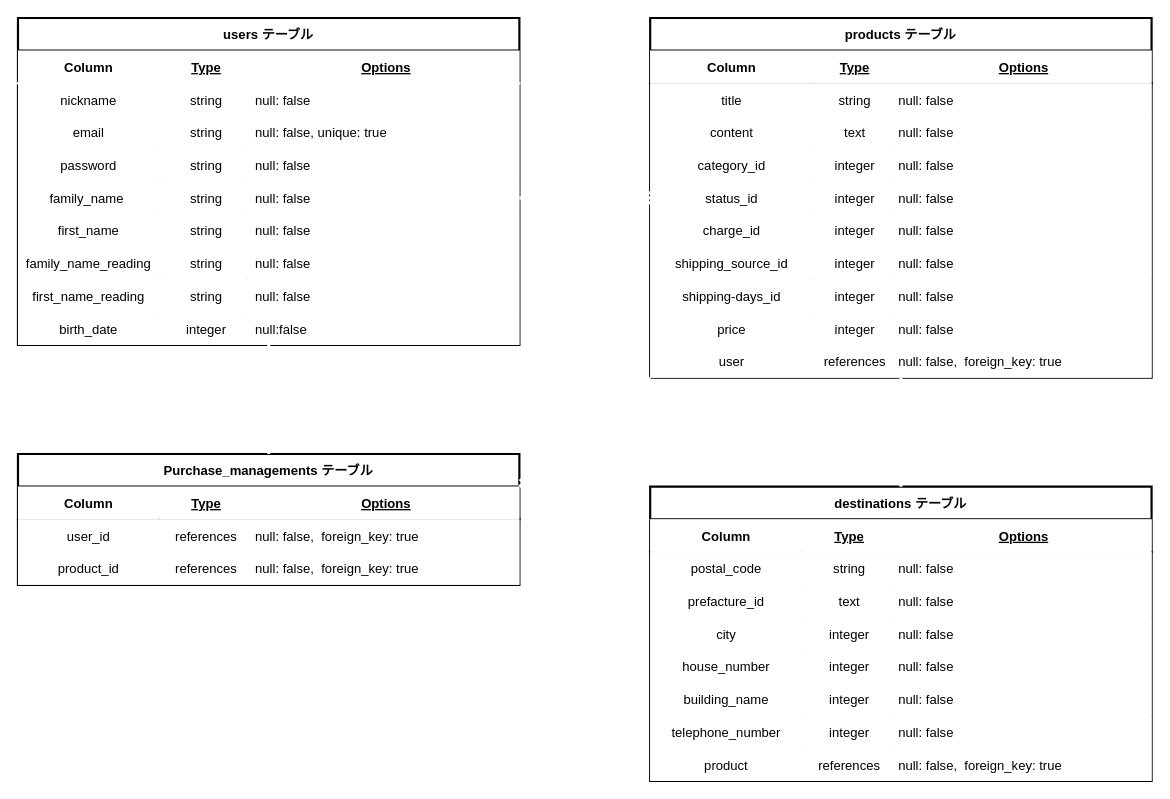
NaoyukiG/furima-38177 keeps this draw.io diagram as furima-38177.dio. Above is the earlier version. Source tidied: cells renumbered, new cells numbered last; positions are measured from the earlier drawing's top-left corner, leaving out a move shared by most shapes. Both pictures are drawn from the tidied source at 109%, with x=0, y=0 at pixel (17, 17).
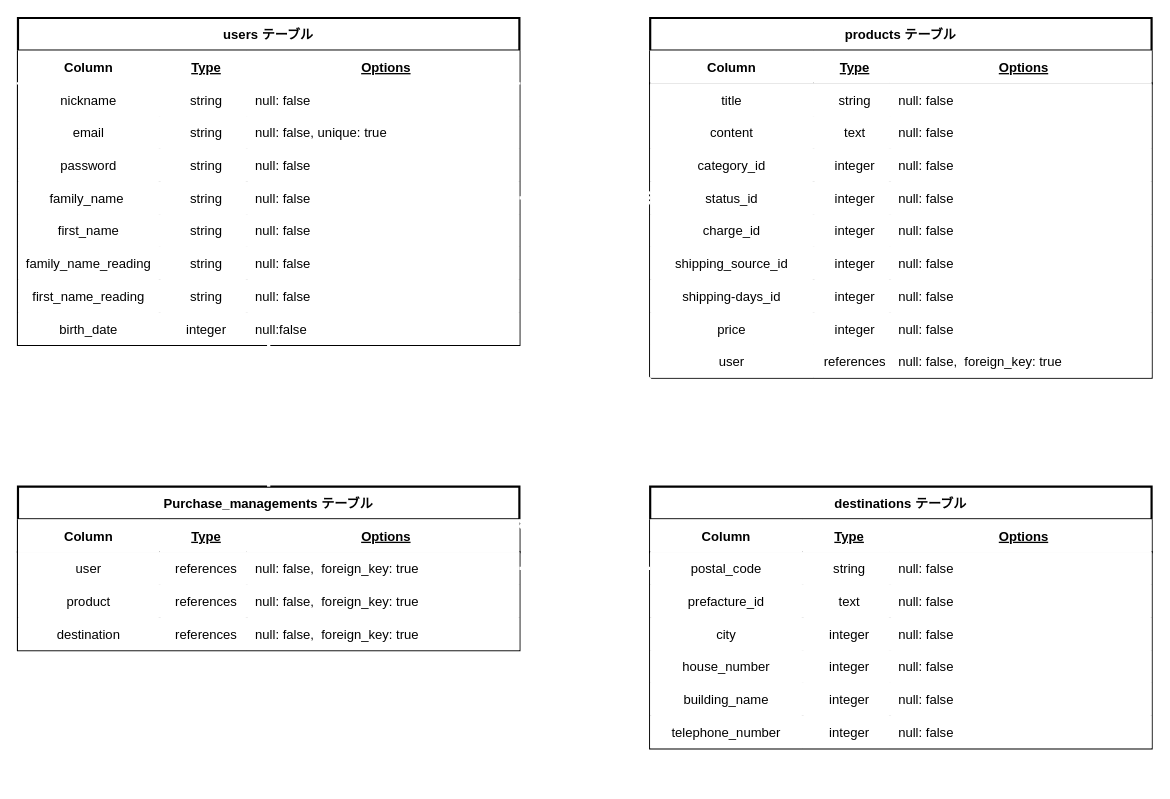
The same page after the edit.

Commit message (it also covers changes not shown here):
購入情報へ住所情報を紐付け・ER図修正

Unchanged cells that the change refers to:
```xml
<mxCell id="39" value="products テーブル" style="shape=table;startSize=30;childLayout=tableLayout;rowLines=0;fontStyle=1;align=center;strokeWidth=2;" parent="1" vertex="1">
  <mxGeometry x="580" width="460" height="330" as="geometry" />
</mxCell>
<mxCell id="85" style="shape=partialRectangle;top=0;left=0;bottom=0;right=0;points=[[0,0.5],[1,0.5]];portConstraint=eastwest;strokeWidth=2;" parent="80" vertex="1">
  <mxGeometry y="60" width="460" height="30" as="geometry" />
</mxCell>
<mxCell id="119" style="shape=partialRectangle;top=0;left=0;bottom=0;right=0;strokeWidth=2;" parent="114" vertex="1">
  <mxGeometry y="60" width="460" height="30" as="geometry" />
</mxCell>
<mxCell id="123" style="shape=partialRectangle;top=0;left=0;bottom=0;right=0;strokeWidth=2;" parent="114" vertex="1">
  <mxGeometry y="90" width="460" height="30" as="geometry" />
</mxCell>
```

Change to the diagram source:
```diff
@@
     <mxCell id="80" value="destinations テーブル" style="shape=table;startSize=30;childLayout=tableLayout;rowLines=0;fontStyle=1;align=center;strokeWidth=2;" parent="1" vertex="1">
-      <mxGeometry x="580" y="430" width="460" height="270" as="geometry" />
+      <mxGeometry x="580" y="430" width="460" height="240" as="geometry" />
     </mxCell>
@@
-    <mxCell id="109" style="shape=partialRectangle;top=0;left=0;bottom=0;right=0;strokeWidth=2;" parent="80" vertex="1">
-      <mxGeometry y="240" width="460" height="30" as="geometry" />
-    </mxCell>
-    <mxCell id="110" value="product" style="shape=partialRectangle;top=0;left=0;bottom=0;right=0;overflow=hidden;strokeWidth=2;" parent="109" vertex="1">
-      <mxGeometry width="140" height="30" as="geometry" />
-    </mxCell>
-    <mxCell id="111" value="references" style="shape=partialRectangle;top=0;left=0;bottom=0;right=0;align=center;spacingLeft=6;overflow=hidden;strokeWidth=2;" parent="109" vertex="1">
-      <mxGeometry x="140" width="80" height="30" as="geometry" />
-    </mxCell>
-    <mxCell id="112" value="null: false,  foreign_key: true" style="shape=partialRectangle;top=0;left=0;bottom=0;right=0;align=left;spacingLeft=6;overflow=hidden;strokeWidth=2;" parent="109" vertex="1">
-      <mxGeometry x="220" width="240" height="30" as="geometry" />
-    </mxCell>
@@
     <mxCell id="114" value="Purchase_managements テーブル" style="shape=table;startSize=30;childLayout=tableLayout;rowLines=0;fontStyle=1;align=center;strokeWidth=2;" parent="1" vertex="1">
-      <mxGeometry y="400" width="460" height="120" as="geometry" />
+      <mxGeometry y="430" width="460" height="150" as="geometry" />
     </mxCell>
@@
-    <mxCell id="120" value="user_id" style="shape=partialRectangle;top=0;left=0;bottom=0;right=0;overflow=hidden;strokeWidth=2;" parent="119" vertex="1">
+    <mxCell id="120" value="user" style="shape=partialRectangle;top=0;left=0;bottom=0;right=0;overflow=hidden;strokeWidth=2;" parent="119" vertex="1">
       <mxGeometry width="130" height="30" as="geometry" />
     </mxCell>
@@
-    <mxCell id="124" value="product_id" style="shape=partialRectangle;top=0;left=0;bottom=0;right=0;overflow=hidden;strokeWidth=2;" parent="123" vertex="1">
+    <mxCell id="124" value="product" style="shape=partialRectangle;top=0;left=0;bottom=0;right=0;overflow=hidden;strokeWidth=2;" parent="123" vertex="1">
       <mxGeometry width="130" height="30" as="geometry" />
     </mxCell>
@@
+    <mxCell id="130" style="shape=partialRectangle;top=0;left=0;bottom=0;right=0;strokeWidth=2;" parent="114" vertex="1">
+      <mxGeometry y="120" width="460" height="30" as="geometry" />
+    </mxCell>
+    <mxCell id="131" value="destination" style="shape=partialRectangle;top=0;left=0;bottom=0;right=0;overflow=hidden;strokeWidth=2;" parent="130" vertex="1">
+      <mxGeometry width="130" height="30" as="geometry" />
+    </mxCell>
+    <mxCell id="111" value="references" style="shape=partialRectangle;top=0;left=0;bottom=0;right=0;align=center;spacingLeft=6;overflow=hidden;strokeWidth=2;" parent="130" vertex="1">
+      <mxGeometry x="130" width="80" height="30" as="geometry" />
+    </mxCell>
+    <mxCell id="112" value="null: false,  foreign_key: true" style="shape=partialRectangle;top=0;left=0;bottom=0;right=0;align=left;spacingLeft=6;overflow=hidden;strokeWidth=2;" parent="130" vertex="1">
+      <mxGeometry x="210" width="250" height="30" as="geometry" />
+    </mxCell>
-    <mxCell id="127" style="fontSize=12;html=1;endArrow=ERone;endFill=1;strokeWidth=3;entryX=0.5;entryY=1;entryDx=0;entryDy=0;exitX=0.5;exitY=0;exitDx=0;exitDy=0;startArrow=ERone;startFill=0;strokeColor=#FFFFFF;" parent="1" edge="1" source="80" target="39">
+    <mxCell id="127" style="fontSize=12;html=1;endArrow=ERone;endFill=1;strokeWidth=3;entryX=1;entryY=0.5;entryDx=0;entryDy=0;exitX=0;exitY=0.5;exitDx=0;exitDy=0;startArrow=ERone;startFill=0;strokeColor=#FFFFFF;" parent="1" edge="1" source="85" target="114">
       <mxGeometry relative="1" as="geometry" />
     </mxCell>
```
